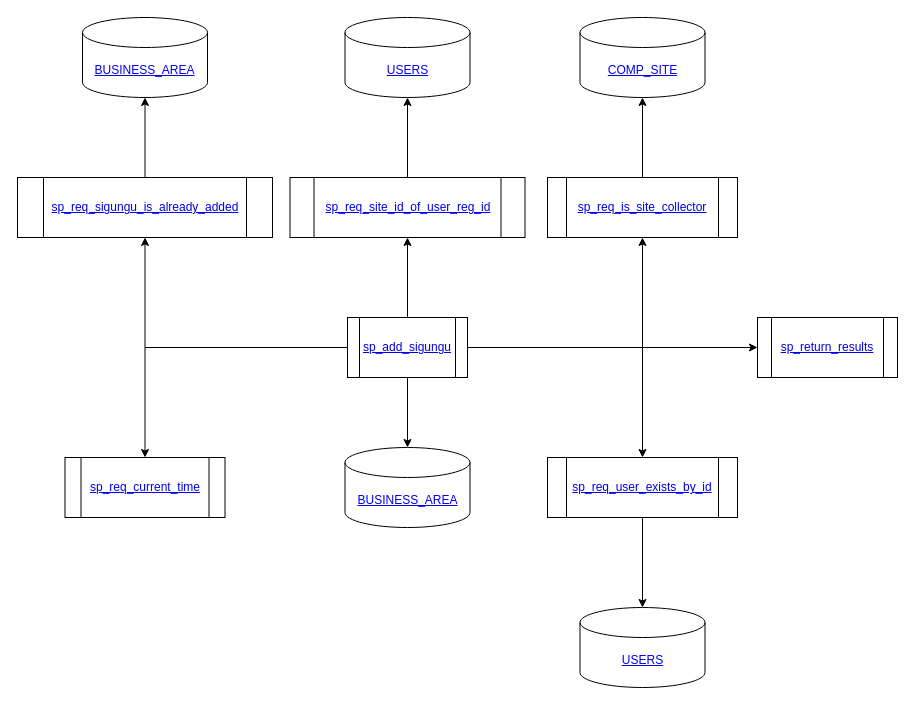
Earlier version of the draw.io diagram sp_add_sigungu.drawio (Leo-Nam/chium_draw). Source tidied: cells renumbered, new cells numbered last; positions are measured from the earlier drawing's top-left corner, leaving out a move shared by most shapes. Both pictures are drawn from the tidied source at 100%, with x=0, y=0 at pixel (17, 17).
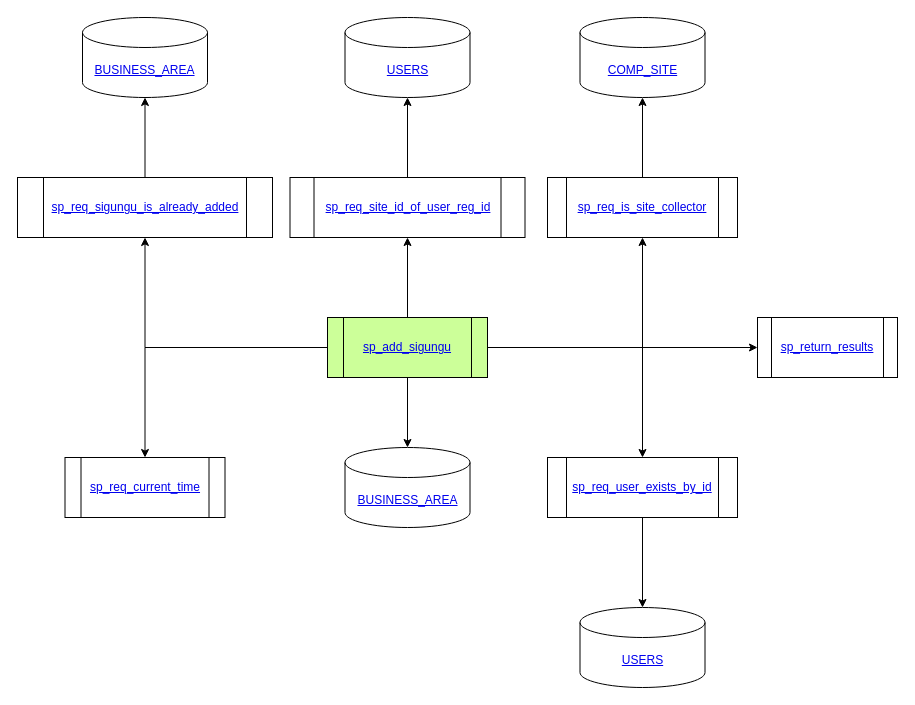
After the change.

Commit message (it also covers changes not shown here):
sp_insert_collector_wste_lists

Diff of the diagram source:
```diff
@@
-    <mxCell id="24" value="&lt;a href=&quot;https://www.notion.so/sp_add_sigungu-6005a9e6f18a495cbc406c0f40ac4710&quot;&gt;sp_add_sigungu&lt;/a&gt;" style="shape=process;whiteSpace=wrap;html=1;backgroundOutline=1;" parent="1" vertex="1">
-      <mxGeometry x="330" y="300" width="120" height="60" as="geometry" />
+    <mxCell id="24" value="&lt;a href=&quot;https://www.notion.so/sp_add_sigungu-6005a9e6f18a495cbc406c0f40ac4710&quot;&gt;sp_add_sigungu&lt;/a&gt;" style="shape=process;whiteSpace=wrap;html=1;backgroundOutline=1;fillColor=#CCFF99;" parent="1" vertex="1">
+      <mxGeometry x="310" y="300" width="160" height="60" as="geometry" />
     </mxCell>
```
